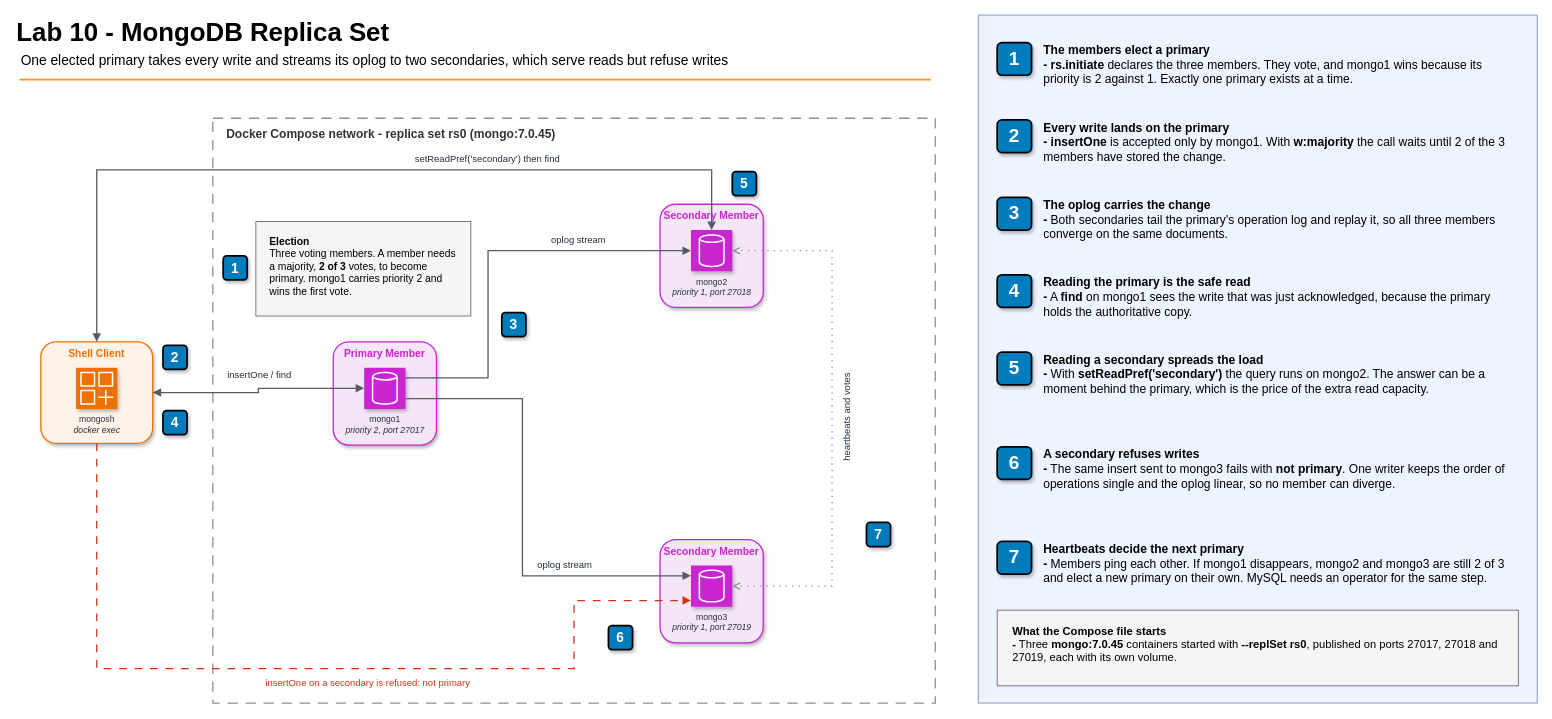
This is 10-databases/diagrams/lab10-mongodb-replica-set.drawio from gamaware/system-design-course, a draw.io file, before an edit. Source tidied: cells renumbered, new cells numbered last; positions are measured from the earlier drawing's top-left corner, leaving out a move shared by most shapes. Both pictures are drawn from the tidied source at 86%, with x=0, y=0 at pixel (15, 15). Pictures stored in the file or linked from it are replaced by grey dashed boxes.
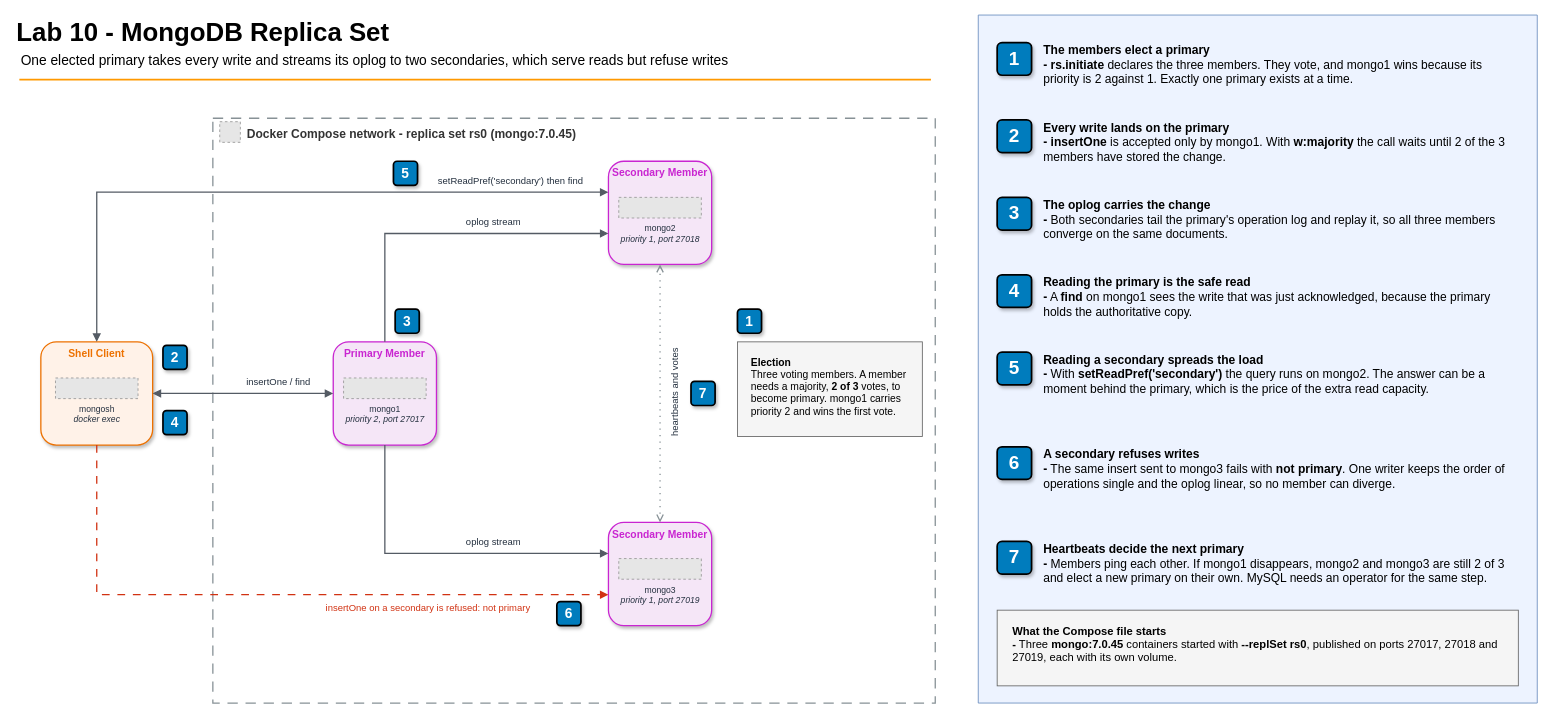
Above is the later version.

The change refers to these unchanged cells:
```xml
<mxCell id="11" value="Primary Member" style="rounded=1;html=1;whiteSpace=wrap;fillColor=#F5E6F7;strokeColor=#C925D1;verticalAlign=top;align=center;fontStyle=1;fontSize=12;fontColor=#C925D1;shadow=1;strokeWidth=1.5;fontFamily=Helvetica;" parent="1" vertex="1">
  <mxGeometry x="370" y="380" width="120" height="120" as="geometry" />
</mxCell>
```

The edit, as a diff of the source:
```diff
@@
-    <mxCell id="6" value="Docker Compose network - replica set rs0 (mongo:7.0.45)" style="rounded=0;html=1;whiteSpace=wrap;fillColor=none;strokeColor=#879196;dashed=1;dashPattern=8 6;strokeWidth=1.5;verticalAlign=top;align=left;spacingLeft=14;spacingTop=4;fontSize=14;fontStyle=1;fontColor=light-dark(#333333,#FAFAFA);fontFamily=Helvetica;" parent="1" vertex="1">
+    <mxCell id="6" value="Docker Compose network - replica set rs0 (mongo:7.0.45)" style="rounded=0;html=1;whiteSpace=wrap;fillColor=none;strokeColor=#879196;dashed=1;dashPattern=8 6;strokeWidth=1.5;verticalAlign=top;align=left;spacingLeft=38;spacingTop=4;fontSize=14;fontStyle=1;fontColor=light-dark(#333333,#FAFAFA);fontFamily=Helvetica;" parent="1" vertex="1">
       <mxGeometry x="230" y="120" width="840" height="680" as="geometry" />
     </mxCell>
+    <mxCell id="53" style="fillColor=#E6E6E6;strokeColor=#999999;dashed=1;html=1;verticalLabelPosition=bottom;verticalAlign=top;" parent="1" vertex="1">
+      <mxGeometry x="238" y="124" width="24" height="24" as="geometry" />
+    </mxCell>
     <mxCell id="7" style="rounded=0;html=1;whiteSpace=wrap;fillColor=light-dark(#F5F5F5,#29393B);strokeColor=#666666;strokeWidth=1;fontFamily=Helvetica;" parent="1" vertex="1">
-      <mxGeometry x="280" y="240" width="250" height="110" as="geometry" />
+      <mxGeometry x="840" y="380" width="215" height="110" as="geometry" />
     </mxCell>
     <mxCell id="8" value="&lt;div&gt;&lt;b&gt;Election&lt;/b&gt;&lt;/div&gt;&lt;div&gt;&lt;span style=&quot;color: light-dark(rgb(0,0,0), rgb(255,255,255));&quot;&gt;Three voting members. A member needs a majority, &lt;b&gt;2 of 3&lt;/b&gt; votes, to become primary. mongo1 carries priority 2 and wins the first vote.&lt;/span&gt;&lt;/div&gt;" style="text;html=1;align=left;verticalAlign=top;spacingTop=2;spacingLeft=6;fontSize=12;labelBackgroundColor=none;whiteSpace=wrap;fontFamily=Helvetica;" parent="1" vertex="1">
-      <mxGeometry x="288" y="248" width="234" height="96" as="geometry" />
+      <mxGeometry x="848" y="388" width="199" height="96" as="geometry" />
     </mxCell>
     <mxCell id="9" value="Shell Client" style="rounded=1;html=1;whiteSpace=wrap;fillColor=#FFF2E8;strokeColor=#ED7100;verticalAlign=top;align=center;fontStyle=1;fontSize=12;fontColor=#ED7100;shadow=1;strokeWidth=1.5;fontFamily=Helvetica;" parent="1" vertex="1">
-      <mxGeometry x="30" y="380" width="130" height="118" as="geometry" />
+      <mxGeometry x="30" y="380" width="130" height="120" as="geometry" />
     </mxCell>
-    <mxCell id="10" value="mongosh&lt;div&gt;&lt;i&gt;docker exec&lt;/i&gt;&lt;/div&gt;" style="sketch=0;fontColor=#232F3E;fillColor=#ED7100;strokeColor=#ffffff;dashed=0;verticalLabelPosition=bottom;verticalAlign=top;align=center;html=1;fontSize=10;fontStyle=0;shape=mxgraph.aws4.resourceIcon;resIcon=mxgraph.aws4.generic_application;shadow=1;fontFamily=Helvetica;" parent="9" vertex="1">
-      <mxGeometry x="41" y="30" width="48" height="48" as="geometry" />
+    <mxCell id="10" value="mongosh&lt;div&gt;&lt;i&gt;docker exec&lt;/i&gt;&lt;/div&gt;" style="fillColor=#E6E6E6;strokeColor=#999999;dashed=1;verticalLabelPosition=bottom;verticalAlign=top;align=center;html=1;labelBackgroundColor=none;fontSize=10;fontColor=#232F3E;fontFamily=Helvetica;" parent="9" vertex="1">
+      <mxGeometry x="17" y="42" width="96" height="24" as="geometry" />
     </mxCell>
@@
-    <mxCell id="12" value="mongo1&lt;div&gt;&lt;i&gt;priority 2, port 27017&lt;/i&gt;&lt;/div&gt;" style="sketch=0;points=[[0,0,0],[0.25,0,0],[0.5,0,0],[0.75,0,0],[1,0,0],[0,1,0],[0.25,1,0],[0.5,1,0],[0.75,1,0],[1,1,0],[0,0.25,0],[0,0.5,0],[0,0.75,0],[1,0.25,0],[1,0.5,0],[1,0.75,0]];outlineConnect=0;fontColor=#232F3E;fillColor=#C925D1;strokeColor=#ffffff;dashed=0;verticalLabelPosition=bottom;verticalAlign=top;align=center;html=1;fontSize=10;fontStyle=0;shape=mxgraph.aws4.resourceIcon;resIcon=mxgraph.aws4.generic_database;shadow=1;fontFamily=Helvetica;" parent="11" vertex="1">
-      <mxGeometry x="36" y="30" width="48" height="48" as="geometry" />
+    <mxCell id="12" value="mongo1&lt;div&gt;&lt;i&gt;priority 2, port 27017&lt;/i&gt;&lt;/div&gt;" style="fillColor=#E6E6E6;strokeColor=#999999;dashed=1;verticalLabelPosition=bottom;verticalAlign=top;align=center;html=1;labelBackgroundColor=none;fontSize=10;fontColor=#232F3E;fontFamily=Helvetica;" parent="11" vertex="1">
+      <mxGeometry x="12" y="42" width="96" height="24" as="geometry" />
     </mxCell>
     <mxCell id="13" value="Secondary Member" style="rounded=1;html=1;whiteSpace=wrap;fillColor=#F5E6F7;strokeColor=#C925D1;verticalAlign=top;align=center;fontStyle=1;fontSize=12;fontColor=#C925D1;shadow=1;strokeWidth=1.5;fontFamily=Helvetica;" parent="1" vertex="1">
-      <mxGeometry x="750" y="220" width="120" height="120" as="geometry" />
+      <mxGeometry x="690" y="170" width="120" height="120" as="geometry" />
     </mxCell>
-    <mxCell id="14" value="mongo2&lt;div&gt;&lt;i&gt;priority 1, port 27018&lt;/i&gt;&lt;/div&gt;" style="sketch=0;points=[[0,0,0],[0.25,0,0],[0.5,0,0],[0.75,0,0],[1,0,0],[0,1,0],[0.25,1,0],[0.5,1,0],[0.75,1,0],[1,1,0],[0,0.25,0],[0,0.5,0],[0,0.75,0],[1,0.25,0],[1,0.5,0],[1,0.75,0]];outlineConnect=0;fontColor=#232F3E;fillColor=#C925D1;strokeColor=#ffffff;dashed=0;verticalLabelPosition=bottom;verticalAlign=top;align=center;html=1;fontSize=10;fontStyle=0;shape=mxgraph.aws4.resourceIcon;resIcon=mxgraph.aws4.generic_database;shadow=1;fontFamily=Helvetica;" parent="13" vertex="1">
-      <mxGeometry x="36" y="30" width="48" height="48" as="geometry" />
+    <mxCell id="14" value="mongo2&lt;div&gt;&lt;i&gt;priority 1, port 27018&lt;/i&gt;&lt;/div&gt;" style="fillColor=#E6E6E6;strokeColor=#999999;dashed=1;verticalLabelPosition=bottom;verticalAlign=top;align=center;html=1;labelBackgroundColor=none;fontSize=10;fontColor=#232F3E;fontFamily=Helvetica;" parent="13" vertex="1">
+      <mxGeometry x="12" y="42" width="96" height="24" as="geometry" />
     </mxCell>
     <mxCell id="15" value="Secondary Member" style="rounded=1;html=1;whiteSpace=wrap;fillColor=#F5E6F7;strokeColor=#C925D1;verticalAlign=top;align=center;fontStyle=1;fontSize=12;fontColor=#C925D1;shadow=1;strokeWidth=1.5;fontFamily=Helvetica;" parent="1" vertex="1">
-      <mxGeometry x="750" y="610" width="120" height="120" as="geometry" />
+      <mxGeometry x="690" y="590" width="120" height="120" as="geometry" />
     </mxCell>
-    <mxCell id="16" value="mongo3&lt;div&gt;&lt;i&gt;priority 1, port 27019&lt;/i&gt;&lt;/div&gt;" style="sketch=0;points=[[0,0,0],[0.25,0,0],[0.5,0,0],[0.75,0,0],[1,0,0],[0,1,0],[0.25,1,0],[0.5,1,0],[0.75,1,0],[1,1,0],[0,0.25,0],[0,0.5,0],[0,0.75,0],[1,0.25,0],[1,0.5,0],[1,0.75,0]];outlineConnect=0;fontColor=#232F3E;fillColor=#C925D1;strokeColor=#ffffff;dashed=0;verticalLabelPosition=bottom;verticalAlign=top;align=center;html=1;fontSize=10;fontStyle=0;shape=mxgraph.aws4.resourceIcon;resIcon=mxgraph.aws4.generic_database;shadow=1;fontFamily=Helvetica;" parent="15" vertex="1">
-      <mxGeometry x="36" y="30" width="48" height="48" as="geometry" />
+    <mxCell id="16" value="mongo3&lt;div&gt;&lt;i&gt;priority 1, port 27019&lt;/i&gt;&lt;/div&gt;" style="fillColor=#E6E6E6;strokeColor=#999999;dashed=1;verticalLabelPosition=bottom;verticalAlign=top;align=center;html=1;labelBackgroundColor=none;fontSize=10;fontColor=#232F3E;fontFamily=Helvetica;" parent="15" vertex="1">
+      <mxGeometry x="12" y="42" width="96" height="24" as="geometry" />
     </mxCell>
-    <mxCell id="17" style="edgeStyle=orthogonalEdgeStyle;html=1;rounded=0;jettySize=auto;elbow=vertical;endArrow=block;endFill=1;strokeColor=#545B64;strokeWidth=1.5;fontFamily=Helvetica;exitX=1;exitY=0.5;exitDx=0;exitDy=0;entryX=0;entryY=0.5;entryDx=0;entryDy=0;startArrow=block;startFill=1;" parent="1" edge="1" source="9" target="12">
+    <mxCell id="17" style="edgeStyle=orthogonalEdgeStyle;rounded=0;jettySize=auto;html=1;endArrow=block;endFill=1;strokeColor=#545B64;strokeWidth=1.5;fontFamily=Helvetica;exitX=1;exitY=0.5;exitDx=0;exitDy=0;entryX=0;entryY=0.5;entryDx=0;entryDy=0;startArrow=block;startFill=1;fontSize=11;jumpStyle=arc;jumpSize=10;labelBackgroundColor=default;" parent="1" edge="1" source="9" target="11">
       <mxGeometry relative="1" as="geometry" />
     </mxCell>
-    <mxCell id="18" value="insertOne / find" style="edgeLabel;html=1;align=center;verticalAlign=middle;labelBackgroundColor=none;fontSize=11;fontColor=light-dark(#232F3E,#F5F5F5);fontFamily=Helvetica;" parent="17" vertex="1">
+    <mxCell id="18" value="insertOne / find" style="edgeLabel=;html=1;align=center;verticalAlign=middle;labelBackgroundColor=default;fontSize=11;fontColor=light-dark(#232F3E,#F5F5F5);fontFamily=Helvetica;" parent="17" vertex="1">
       <mxGeometry relative="1" as="geometry">
-        <mxPoint y="-18" as="offset" />
+        <mxPoint x="40" y="-14" as="offset" />
       </mxGeometry>
     </mxCell>
-    <mxCell id="19" style="edgeStyle=orthogonalEdgeStyle;html=1;rounded=0;jettySize=auto;endArrow=block;endFill=1;strokeColor=#545B64;strokeWidth=1.5;fontFamily=Helvetica;exitX=1;exitY=0.25;exitDx=0;exitDy=0;entryX=0;entryY=0.5;entryDx=0;entryDy=0;startArrow=none;" parent="1" edge="1" source="12" target="14">
-      <mxGeometry relative="1" as="geometry">
-        <Array as="points">
-          <mxPoint x="550" y="422" />
-          <mxPoint x="550" y="274" />
-        </Array>
-      </mxGeometry>
+    <mxCell id="19" style="edgeStyle=orthogonalEdgeStyle;rounded=0;jettySize=auto;html=1;endArrow=block;endFill=1;strokeColor=#545B64;strokeWidth=1.5;fontFamily=Helvetica;exitX=0.5;exitY=0;exitDx=0;exitDy=0;entryX=0;entryY=0.7;entryDx=0;entryDy=0;startArrow=none;fontSize=11;jumpStyle=arc;jumpSize=10;labelBackgroundColor=default;" parent="1" edge="1" source="11" target="13">
+      <mxGeometry relative="1" as="geometry" />
     </mxCell>
-    <mxCell id="20" value="oplog stream" style="edgeLabel;html=1;align=center;verticalAlign=middle;labelBackgroundColor=none;fontSize=11;fontColor=light-dark(#232F3E,#F5F5F5);fontFamily=Helvetica;" parent="19" vertex="1">
-      <mxGeometry x="0.45" relative="1" as="geometry">
+    <mxCell id="20" value="oplog stream" style="edgeLabel=;html=1;align=center;verticalAlign=middle;labelBackgroundColor=default;fontSize=11;fontColor=light-dark(#232F3E,#F5F5F5);fontFamily=Helvetica;" parent="19" vertex="1">
+      <mxGeometry x="0.3" relative="1" as="geometry">
         <mxPoint y="-14" as="offset" />
       </mxGeometry>
     </mxCell>
-    <mxCell id="21" style="edgeStyle=orthogonalEdgeStyle;html=1;rounded=0;jettySize=auto;endArrow=block;endFill=1;strokeColor=#545B64;strokeWidth=1.5;fontFamily=Helvetica;exitX=1;exitY=0.75;exitDx=0;exitDy=0;entryX=0;entryY=0.25;entryDx=0;entryDy=0;startArrow=none;" parent="1" edge="1" source="12" target="16">
-      <mxGeometry relative="1" as="geometry">
-        <Array as="points">
-          <mxPoint x="590" y="446" />
-          <mxPoint x="590" y="652" />
-        </Array>
-      </mxGeometry>
+    <mxCell id="21" style="edgeStyle=orthogonalEdgeStyle;rounded=0;jettySize=auto;html=1;endArrow=block;endFill=1;strokeColor=#545B64;strokeWidth=1.5;fontFamily=Helvetica;exitX=0.5;exitY=1;exitDx=0;exitDy=0;entryX=0;entryY=0.3;entryDx=0;entryDy=0;startArrow=none;fontSize=11;jumpStyle=arc;jumpSize=10;labelBackgroundColor=default;" parent="1" edge="1" source="11" target="15">
+      <mxGeometry relative="1" as="geometry" />
     </mxCell>
-    <mxCell id="22" value="oplog stream" style="edgeLabel;html=1;align=center;verticalAlign=middle;labelBackgroundColor=none;fontSize=11;fontColor=light-dark(#232F3E,#F5F5F5);fontFamily=Helvetica;" parent="21" vertex="1">
-      <mxGeometry x="0.45" relative="1" as="geometry">
+    <mxCell id="22" value="oplog stream" style="edgeLabel=;html=1;align=center;verticalAlign=middle;labelBackgroundColor=default;fontSize=11;fontColor=light-dark(#232F3E,#F5F5F5);fontFamily=Helvetica;" parent="21" vertex="1">
+      <mxGeometry x="0.3" relative="1" as="geometry">
         <mxPoint y="-14" as="offset" />
       </mxGeometry>
     </mxCell>
-    <mxCell id="23" style="edgeStyle=orthogonalEdgeStyle;html=1;rounded=0;jettySize=auto;endArrow=block;endFill=1;strokeColor=#545B64;strokeWidth=1.5;fontFamily=Helvetica;exitX=0.5;exitY=0;exitDx=0;exitDy=0;entryX=0.5;entryY=0;entryDx=0;entryDy=0;startArrow=block;startFill=1;" parent="1" edge="1" source="9" target="14">
-      <mxGeometry relative="1" as="geometry">
-        <Array as="points">
-          <mxPoint x="95" y="180" />
-          <mxPoint x="810" y="180" />
-        </Array>
-      </mxGeometry>
+    <mxCell id="23" style="edgeStyle=orthogonalEdgeStyle;rounded=0;jettySize=auto;html=1;endArrow=block;endFill=1;strokeColor=#545B64;strokeWidth=1.5;fontFamily=Helvetica;exitX=0.5;exitY=0;exitDx=0;exitDy=0;entryX=0;entryY=0.3;entryDx=0;entryDy=0;startArrow=block;startFill=1;fontSize=11;jumpStyle=arc;jumpSize=10;labelBackgroundColor=default;" parent="1" edge="1" source="9" target="13">
+      <mxGeometry relative="1" as="geometry" />
     </mxCell>
-    <mxCell id="24" value="setReadPref('secondary') then find" style="edgeLabel;html=1;align=center;verticalAlign=middle;labelBackgroundColor=none;fontSize=11;fontColor=light-dark(#232F3E,#F5F5F5);fontFamily=Helvetica;" parent="23" vertex="1">
-      <mxGeometry relative="1" as="geometry">
-        <mxPoint x="160" y="-14" as="offset" />
+    <mxCell id="24" value="setReadPref('secondary') then find" style="edgeLabel=;html=1;align=center;verticalAlign=middle;labelBackgroundColor=default;fontSize=11;fontColor=light-dark(#232F3E,#F5F5F5);fontFamily=Helvetica;" parent="23" vertex="1">
+      <mxGeometry x="0.7" relative="1" as="geometry">
+        <mxPoint y="-14" as="offset" />
       </mxGeometry>
     </mxCell>
-    <mxCell id="25" style="edgeStyle=orthogonalEdgeStyle;html=1;rounded=0;jettySize=auto;endArrow=block;endFill=1;strokeColor=#D13212;strokeWidth=1.5;dashed=1;dashPattern=6 6;fontFamily=Helvetica;exitX=0.5;exitY=1;exitDx=0;exitDy=0;entryX=0;entryY=0.85;entryDx=0;entryDy=0;startArrow=none;" parent="1" edge="1" source="9" target="16">
-      <mxGeometry relative="1" as="geometry">
-        <Array as="points">
-          <mxPoint x="95" y="760" />
-          <mxPoint x="650" y="760" />
-          <mxPoint x="650" y="681" />
-        </Array>
-      </mxGeometry>
+    <mxCell id="25" style="edgeStyle=orthogonalEdgeStyle;rounded=0;jettySize=auto;html=1;endArrow=block;endFill=1;strokeColor=#D13212;strokeWidth=1.5;dashed=1;dashPattern=6 6;fontFamily=Helvetica;exitX=0.5;exitY=1;exitDx=0;exitDy=0;entryX=0;entryY=0.7;entryDx=0;entryDy=0;startArrow=none;fontSize=11;jumpStyle=arc;jumpSize=10;labelBackgroundColor=default;" parent="1" edge="1" source="9" target="15">
+      <mxGeometry relative="1" as="geometry" />
     </mxCell>
-    <mxCell id="26" value="insertOne on a secondary is refused: not primary" style="edgeLabel;html=1;align=center;verticalAlign=middle;labelBackgroundColor=none;fontSize=11;fontColor=#D13212;fontFamily=Helvetica;" parent="25" vertex="1">
-      <mxGeometry relative="1" as="geometry">
-        <mxPoint x="60" y="16" as="offset" />
+    <mxCell id="26" value="insertOne on a secondary is refused: not primary" style="edgeLabel=;html=1;align=center;verticalAlign=middle;labelBackgroundColor=default;fontSize=11;fontColor=#D13212;fontFamily=Helvetica;" parent="25" vertex="1">
+      <mxGeometry x="0.45" relative="1" as="geometry">
+        <mxPoint y="14" as="offset" />
       </mxGeometry>
     </mxCell>
-    <mxCell id="27" style="edgeStyle=orthogonalEdgeStyle;html=1;rounded=0;jettySize=auto;endArrow=open;endFill=0;startArrow=open;startFill=0;strokeColor=#879196;strokeWidth=1.5;dashed=1;dashPattern=1 4;fontFamily=Helvetica;exitX=1;exitY=0.5;exitDx=0;exitDy=0;entryX=1;entryY=0.5;entryDx=0;entryDy=0;" parent="1" edge="1" source="14" target="16">
-      <mxGeometry relative="1" as="geometry">
-        <Array as="points">
-          <mxPoint x="950" y="274" />
-          <mxPoint x="950" y="664" />
-        </Array>
-      </mxGeometry>
+    <mxCell id="27" style="edgeStyle=orthogonalEdgeStyle;rounded=0;jettySize=auto;html=1;endArrow=open;endFill=0;startArrow=open;startFill=0;strokeColor=#879196;strokeWidth=1.5;dashed=1;dashPattern=1 4;fontFamily=Helvetica;exitX=0.5;exitY=1;exitDx=0;exitDy=0;entryX=0.5;entryY=0;entryDx=0;entryDy=0;fontSize=11;jumpStyle=arc;jumpSize=10;labelBackgroundColor=default;" parent="1" edge="1" source="13" target="15">
+      <mxGeometry relative="1" as="geometry" />
     </mxCell>
-    <mxCell id="28" value="heartbeats and votes" style="edgeLabel;html=1;horizontal=0;align=center;verticalAlign=middle;labelBackgroundColor=none;fontSize=11;fontColor=light-dark(#232F3E,#F5F5F5);fontFamily=Helvetica;" parent="27" vertex="1">
+    <mxCell id="28" value="heartbeats and votes" style="edgeLabel=;html=1;horizontal=0;align=center;verticalAlign=middle;labelBackgroundColor=default;fontSize=11;fontColor=light-dark(#232F3E,#F5F5F5);fontFamily=Helvetica;" parent="27" vertex="1">
       <mxGeometry relative="1" as="geometry">
         <mxPoint x="16" as="offset" />
       </mxGeometry>
     </mxCell>
     <mxCell id="29" value="1" style="rounded=1;whiteSpace=wrap;html=1;fillColor=#007CBD;strokeColor=default;fontColor=#FFFFFF;fontStyle=1;fontSize=16;shadow=1;glass=0;strokeWidth=2;align=center;verticalAlign=middle;labelBackgroundColor=none;fontFamily=Helvetica;" parent="1" vertex="1">
-      <mxGeometry x="242" y="280" width="28" height="28" as="geometry" />
+      <mxGeometry x="840" y="342" width="28" height="28" as="geometry" />
     </mxCell>
@@
     <mxCell id="31" value="3" style="rounded=1;whiteSpace=wrap;html=1;fillColor=#007CBD;strokeColor=default;fontColor=#FFFFFF;fontStyle=1;fontSize=16;shadow=1;glass=0;strokeWidth=2;align=center;verticalAlign=middle;labelBackgroundColor=none;fontFamily=Helvetica;" parent="1" vertex="1">
-      <mxGeometry x="566" y="346" width="28" height="28" as="geometry" />
+      <mxGeometry x="442" y="342" width="28" height="28" as="geometry" />
     </mxCell>
@@
     <mxCell id="33" value="5" style="rounded=1;whiteSpace=wrap;html=1;fillColor=#007CBD;strokeColor=default;fontColor=#FFFFFF;fontStyle=1;fontSize=16;shadow=1;glass=0;strokeWidth=2;align=center;verticalAlign=middle;labelBackgroundColor=none;fontFamily=Helvetica;" parent="1" vertex="1">
-      <mxGeometry x="834" y="182" width="28" height="28" as="geometry" />
+      <mxGeometry x="440" y="170" width="28" height="28" as="geometry" />
     </mxCell>
     <mxCell id="34" value="6" style="rounded=1;whiteSpace=wrap;html=1;fillColor=#007CBD;strokeColor=default;fontColor=#FFFFFF;fontStyle=1;fontSize=16;shadow=1;glass=0;strokeWidth=2;align=center;verticalAlign=middle;labelBackgroundColor=none;fontFamily=Helvetica;" parent="1" vertex="1">
-      <mxGeometry x="690" y="710" width="28" height="28" as="geometry" />
+      <mxGeometry x="630" y="682" width="28" height="28" as="geometry" />
     </mxCell>
     <mxCell id="35" value="7" style="rounded=1;whiteSpace=wrap;html=1;fillColor=#007CBD;strokeColor=default;fontColor=#FFFFFF;fontStyle=1;fontSize=16;shadow=1;glass=0;strokeWidth=2;align=center;verticalAlign=middle;labelBackgroundColor=none;fontFamily=Helvetica;" parent="1" vertex="1">
-      <mxGeometry x="990" y="590" width="28" height="28" as="geometry" />
+      <mxGeometry x="786" y="426" width="28" height="28" as="geometry" />
     </mxCell>
```
